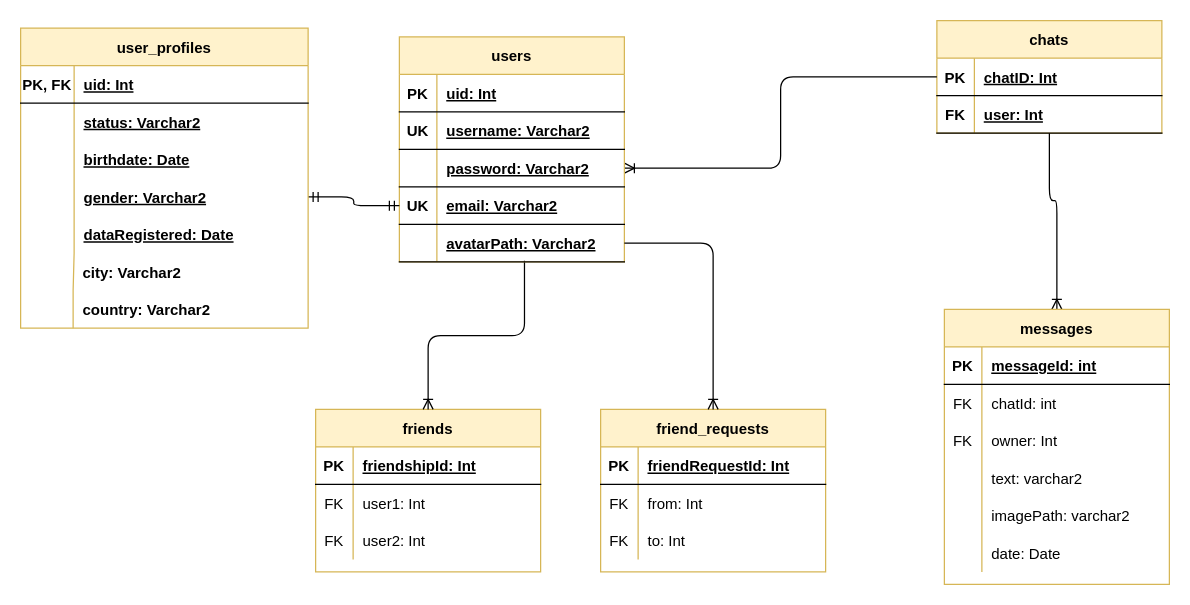
The draw.io diagram page "Page-1" (1 of 2) of documentation/diagrams/er-diagram.drawio in enaki/MyMess, before the edit. Source tidied: cells renumbered, new cells numbered last; positions are measured from the earlier drawing's top-left corner, leaving out a move shared by most shapes. Both pictures are drawn from the tidied source at 125%, with x=0, y=0 at pixel (20, 20).
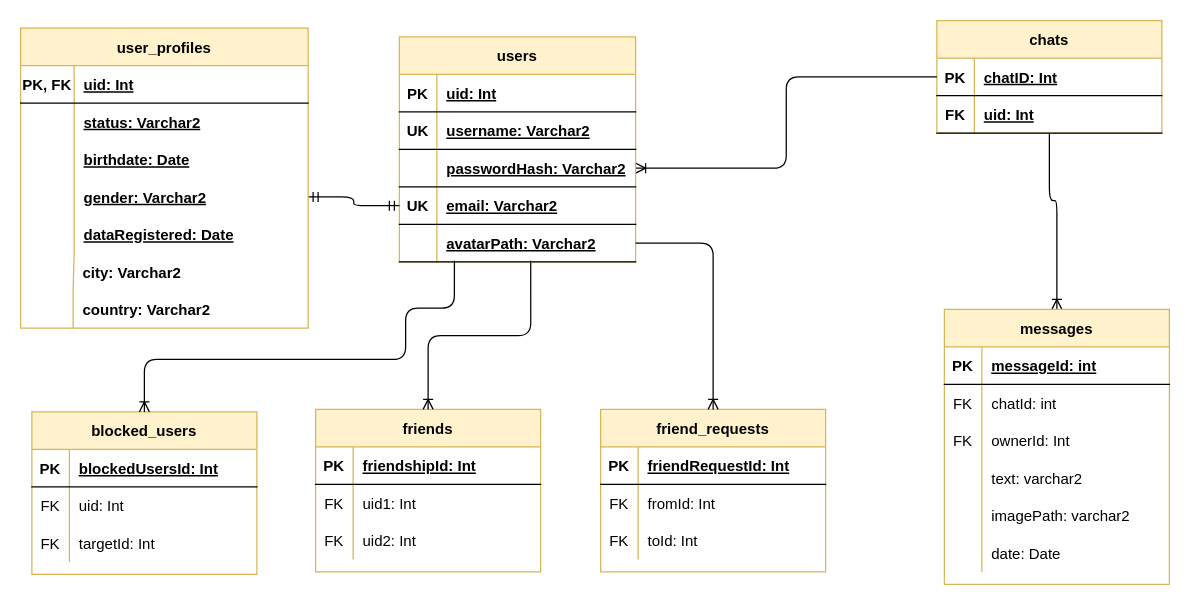
Above is the later version.

The change refers to these unchanged cells:
```xml
<mxCell id="6" style="shape=partialRectangle;fillColor=none;top=0;left=0;bottom=1;right=0;points=[[0,0.5],[1,0.5]];portConstraint=eastwest;" parent="2" vertex="1">
  <mxGeometry y="60" width="180" height="30" as="geometry" />
</mxCell>
<mxCell id="18" style="shape=partialRectangle;fillColor=none;top=0;left=0;bottom=0;right=0;" parent="11" vertex="1">
  <mxGeometry y="90" width="180" height="30" as="geometry" />
</mxCell>
<mxCell id="34" style="shape=partialRectangle;fillColor=none;top=0;left=0;bottom=0;right=0;" parent="30" vertex="1">
  <mxGeometry y="60" width="180" height="30" as="geometry" />
</mxCell>
<mxCell id="37" style="shape=partialRectangle;fillColor=none;top=0;left=0;bottom=0;right=0;" parent="30" vertex="1">
  <mxGeometry y="90" width="180" height="30" as="geometry" />
</mxCell>
<mxCell id="44" style="shape=partialRectangle;fillColor=none;top=0;left=0;bottom=0;right=0;" parent="40" vertex="1">
  <mxGeometry y="60" width="180" height="30" as="geometry" />
</mxCell>
<mxCell id="47" style="shape=partialRectangle;fillColor=none;top=0;left=0;bottom=0;right=0;" parent="40" vertex="1">
  <mxGeometry y="90" width="180" height="30" as="geometry" />
</mxCell>
```

The edit, as a diff of the source:
```diff
@@
-    <mxCell id="8" value="user: Int" style="shape=partialRectangle;fillColor=none;top=0;left=0;bottom=0;right=0;align=left;spacingLeft=6;fontStyle=5;overflow=hidden;" parent="6" vertex="1">
+    <mxCell id="8" value="uid: Int" style="shape=partialRectangle;fillColor=none;top=0;left=0;bottom=0;right=0;align=left;spacingLeft=6;fontStyle=5;overflow=hidden;" parent="6" vertex="1">
       <mxGeometry x="30" width="150" height="30" as="geometry" />
     </mxCell>
@@
-    <mxCell id="20" value="owner: Int" style="shape=partialRectangle;fillColor=none;top=0;left=0;bottom=0;right=0;align=left;spacingLeft=6;overflow=hidden;" parent="18" vertex="1">
+    <mxCell id="20" value="ownerId: Int" style="shape=partialRectangle;fillColor=none;top=0;left=0;bottom=0;right=0;align=left;spacingLeft=6;overflow=hidden;" parent="18" vertex="1">
       <mxGeometry x="30" width="150" height="30" as="geometry" />
     </mxCell>
@@
-    <mxCell id="36" value="from: Int" style="shape=partialRectangle;fillColor=none;top=0;left=0;bottom=0;right=0;align=left;spacingLeft=6;overflow=hidden;" parent="34" vertex="1">
+    <mxCell id="36" value="fromId: Int" style="shape=partialRectangle;fillColor=none;top=0;left=0;bottom=0;right=0;align=left;spacingLeft=6;overflow=hidden;" parent="34" vertex="1">
       <mxGeometry x="30" width="150" height="30" as="geometry" />
     </mxCell>
@@
-    <mxCell id="39" value="to: Int" style="shape=partialRectangle;fillColor=none;top=0;left=0;bottom=0;right=0;align=left;spacingLeft=6;overflow=hidden;" parent="37" vertex="1">
+    <mxCell id="39" value="toId: Int" style="shape=partialRectangle;fillColor=none;top=0;left=0;bottom=0;right=0;align=left;spacingLeft=6;overflow=hidden;" parent="37" vertex="1">
       <mxGeometry x="30" width="150" height="30" as="geometry" />
     </mxCell>
@@
-    <mxCell id="46" value="user1: Int" style="shape=partialRectangle;fillColor=none;top=0;left=0;bottom=0;right=0;align=left;spacingLeft=6;overflow=hidden;" parent="44" vertex="1">
+    <mxCell id="46" value="uid1: Int" style="shape=partialRectangle;fillColor=none;top=0;left=0;bottom=0;right=0;align=left;spacingLeft=6;overflow=hidden;" parent="44" vertex="1">
       <mxGeometry x="30" width="150" height="30" as="geometry" />
     </mxCell>
@@
-    <mxCell id="49" value="user2: Int" style="shape=partialRectangle;fillColor=none;top=0;left=0;bottom=0;right=0;align=left;spacingLeft=6;overflow=hidden;" parent="47" vertex="1">
+    <mxCell id="49" value="uid2: Int" style="shape=partialRectangle;fillColor=none;top=0;left=0;bottom=0;right=0;align=left;spacingLeft=6;overflow=hidden;" parent="47" vertex="1">
       <mxGeometry x="30" width="150" height="30" as="geometry" />
     </mxCell>
@@
     <mxCell id="51" value="users" style="shape=table;startSize=30;childLayout=tableLayout;rowLines=0;fontStyle=1;align=center;fillColor=#fff2cc;strokeColor=#d6b656;" parent="1" vertex="1">
-      <mxGeometry x="303" y="13" width="180" height="180" as="geometry" />
+      <mxGeometry x="303" y="13" width="189" height="180" as="geometry" />
     </mxCell>
     <mxCell id="52" style="shape=partialRectangle;fillColor=none;top=0;left=0;bottom=1;right=0;" parent="51" vertex="1">
-      <mxGeometry y="30" width="180" height="30" as="geometry" />
+      <mxGeometry y="30" width="189" height="30" as="geometry" />
     </mxCell>
@@
     <mxCell id="54" value="uid: Int" style="shape=partialRectangle;fillColor=none;top=0;left=0;bottom=0;right=0;align=left;spacingLeft=6;fontStyle=5;overflow=hidden;" parent="52" vertex="1">
-      <mxGeometry x="30" width="150" height="30" as="geometry" />
+      <mxGeometry x="30" width="159" height="30" as="geometry" />
     </mxCell>
     <mxCell id="55" style="shape=partialRectangle;fillColor=none;top=0;left=0;bottom=1;right=0;" parent="51" vertex="1">
-      <mxGeometry y="60" width="180" height="30" as="geometry" />
+      <mxGeometry y="60" width="189" height="30" as="geometry" />
     </mxCell>
@@
     <mxCell id="57" value="username: Varchar2" style="shape=partialRectangle;fillColor=none;top=0;left=0;bottom=0;right=0;align=left;spacingLeft=6;fontStyle=5;overflow=hidden;" parent="55" vertex="1">
-      <mxGeometry x="30" width="150" height="30" as="geometry" />
+      <mxGeometry x="30" width="159" height="30" as="geometry" />
     </mxCell>
     <mxCell id="58" style="shape=partialRectangle;fillColor=none;top=0;left=0;bottom=1;right=0;points=[[0,0.5],[1,0.5]];portConstraint=eastwest;" parent="51" vertex="1">
-      <mxGeometry y="90" width="180" height="30" as="geometry" />
+      <mxGeometry y="90" width="189" height="30" as="geometry" />
     </mxCell>
@@
-    <mxCell id="60" value="password: Varchar2" style="shape=partialRectangle;fillColor=none;top=0;left=0;bottom=0;right=0;align=left;spacingLeft=6;fontStyle=5;overflow=hidden;" parent="58" vertex="1">
-      <mxGeometry x="30" width="150" height="30" as="geometry" />
+    <mxCell id="60" value="passwordHash: Varchar2" style="shape=partialRectangle;fillColor=none;top=0;left=0;bottom=0;right=0;align=left;spacingLeft=6;fontStyle=5;overflow=hidden;" parent="58" vertex="1">
+      <mxGeometry x="30" width="159" height="30" as="geometry" />
     </mxCell>
     <mxCell id="61" style="shape=partialRectangle;fillColor=none;top=0;left=0;bottom=1;right=0;points=[[0,0.5],[1,0.5]];portConstraint=eastwest;" parent="51" vertex="1">
-      <mxGeometry y="120" width="180" height="30" as="geometry" />
+      <mxGeometry y="120" width="189" height="30" as="geometry" />
     </mxCell>
@@
     <mxCell id="63" value="email: Varchar2" style="shape=partialRectangle;fillColor=none;top=0;left=0;bottom=0;right=0;align=left;spacingLeft=6;fontStyle=5;overflow=hidden;" parent="61" vertex="1">
-      <mxGeometry x="30" width="150" height="30" as="geometry" />
+      <mxGeometry x="30" width="159" height="30" as="geometry" />
     </mxCell>
     <mxCell id="64" style="shape=partialRectangle;fillColor=none;top=0;left=0;bottom=1;right=0;points=[[0,0.5],[1,0.5]];portConstraint=eastwest;" parent="51" vertex="1">
-      <mxGeometry y="150" width="180" height="30" as="geometry" />
+      <mxGeometry y="150" width="189" height="30" as="geometry" />
     </mxCell>
@@
     <mxCell id="66" value="avatarPath: Varchar2" style="shape=partialRectangle;fillColor=none;top=0;left=0;bottom=0;right=0;align=left;spacingLeft=6;fontStyle=5;overflow=hidden;" parent="64" vertex="1">
-      <mxGeometry x="30" width="150" height="30" as="geometry" />
+      <mxGeometry x="30" width="159" height="30" as="geometry" />
     </mxCell>
@@
+    <mxCell id="91" value="blocked_users" style="shape=table;startSize=30;childLayout=tableLayout;rowLines=0;fontStyle=1;align=center;fillColor=#fff2cc;strokeColor=#d6b656;" parent="1" vertex="1">
+      <mxGeometry x="9" y="313" width="180" height="130" as="geometry" />
+    </mxCell>
+    <mxCell id="92" style="shape=partialRectangle;fillColor=none;top=0;left=0;bottom=1;right=0;" parent="91" vertex="1">
+      <mxGeometry y="30" width="180" height="30" as="geometry" />
+    </mxCell>
+    <mxCell id="93" value="PK" style="shape=partialRectangle;fillColor=none;top=0;left=0;bottom=0;right=0;fontStyle=1;overflow=hidden;" parent="92" vertex="1">
+      <mxGeometry width="30" height="30" as="geometry" />
+    </mxCell>
+    <mxCell id="94" value="blockedUsersId: Int" style="shape=partialRectangle;fillColor=none;top=0;left=0;bottom=0;right=0;align=left;spacingLeft=6;fontStyle=5;overflow=hidden;" parent="92" vertex="1">
+      <mxGeometry x="30" width="150" height="30" as="geometry" />
+    </mxCell>
+    <mxCell id="95" style="shape=partialRectangle;fillColor=none;top=0;left=0;bottom=0;right=0;" parent="91" vertex="1">
+      <mxGeometry y="60" width="180" height="30" as="geometry" />
+    </mxCell>
+    <mxCell id="96" value="FK" style="shape=partialRectangle;fillColor=none;top=0;left=0;bottom=0;right=0;overflow=hidden;" parent="95" vertex="1">
+      <mxGeometry width="30" height="30" as="geometry" />
+    </mxCell>
+    <mxCell id="97" value="uid: Int" style="shape=partialRectangle;fillColor=none;top=0;left=0;bottom=0;right=0;align=left;spacingLeft=6;overflow=hidden;" parent="95" vertex="1">
+      <mxGeometry x="30" width="150" height="30" as="geometry" />
+    </mxCell>
+    <mxCell id="98" style="shape=partialRectangle;fillColor=none;top=0;left=0;bottom=0;right=0;" parent="91" vertex="1">
+      <mxGeometry y="90" width="180" height="30" as="geometry" />
+    </mxCell>
+    <mxCell id="99" value="FK" style="shape=partialRectangle;fillColor=none;top=0;left=0;bottom=0;right=0;overflow=hidden;" parent="98" vertex="1">
+      <mxGeometry width="30" height="30" as="geometry" />
+    </mxCell>
+    <mxCell id="100" value="targetId: Int" style="shape=partialRectangle;fillColor=none;top=0;left=0;bottom=0;right=0;align=left;spacingLeft=6;overflow=hidden;" parent="98" vertex="1">
+      <mxGeometry x="30" width="150" height="30" as="geometry" />
+    </mxCell>
+    <mxCell id="101" style="edgeStyle=orthogonalEdgeStyle;fontSize=12;html=1;endArrow=ERoneToMany;exitX=0.233;exitY=0.967;exitDx=0;exitDy=0;exitPerimeter=0;" parent="1" edge="1" source="64" target="91">
+      <mxGeometry relative="1" as="geometry">
+        <Array as="points">
+          <mxPoint x="347" y="230" />
+          <mxPoint x="308" y="230" />
+          <mxPoint x="308" y="271" />
+          <mxPoint x="99" y="271" />
+        </Array>
+      </mxGeometry>
+    </mxCell>
```
